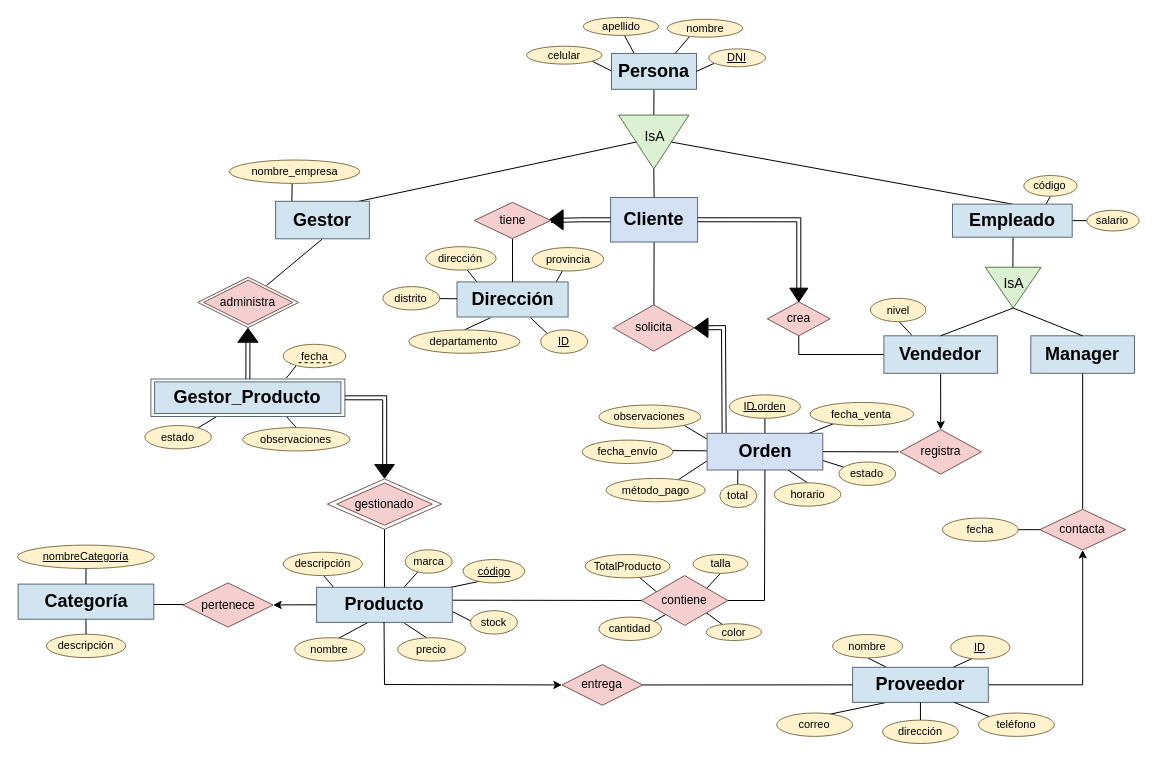
This is Diagrama sin título.drawio from flaqq0/yoc, a draw.io file, before an edit. Source tidied: cells renumbered, new cells numbered last; positions are measured from the earlier drawing's top-left corner, leaving out a move shared by most shapes. Both pictures are drawn from the tidied source at 100%, with x=0, y=0 at pixel (17, 17).
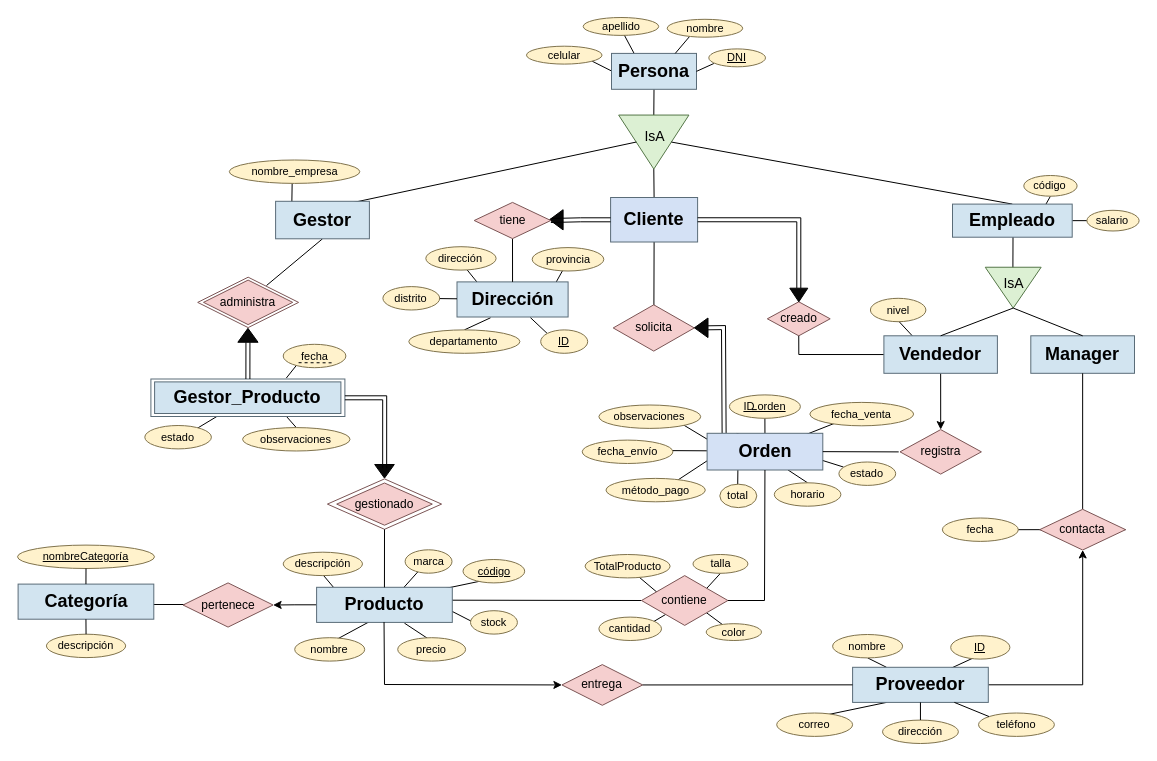
Above is the later version.

What changed in the source:
```diff
@@
-    <mxCell id="18" value="crea" style="rhombus;whiteSpace=wrap;html=1;fillColor=#F5CFCF;strokeColor=#7B5555;" parent="1" vertex="1">
+    <mxCell id="18" value="creado" style="rhombus;whiteSpace=wrap;html=1;fillColor=#F5CFCF;strokeColor=#7B5555;" parent="1" vertex="1">
       <mxGeometry x="749.8" y="284.3" width="62.9" height="34" as="geometry" />
     </mxCell>
```
